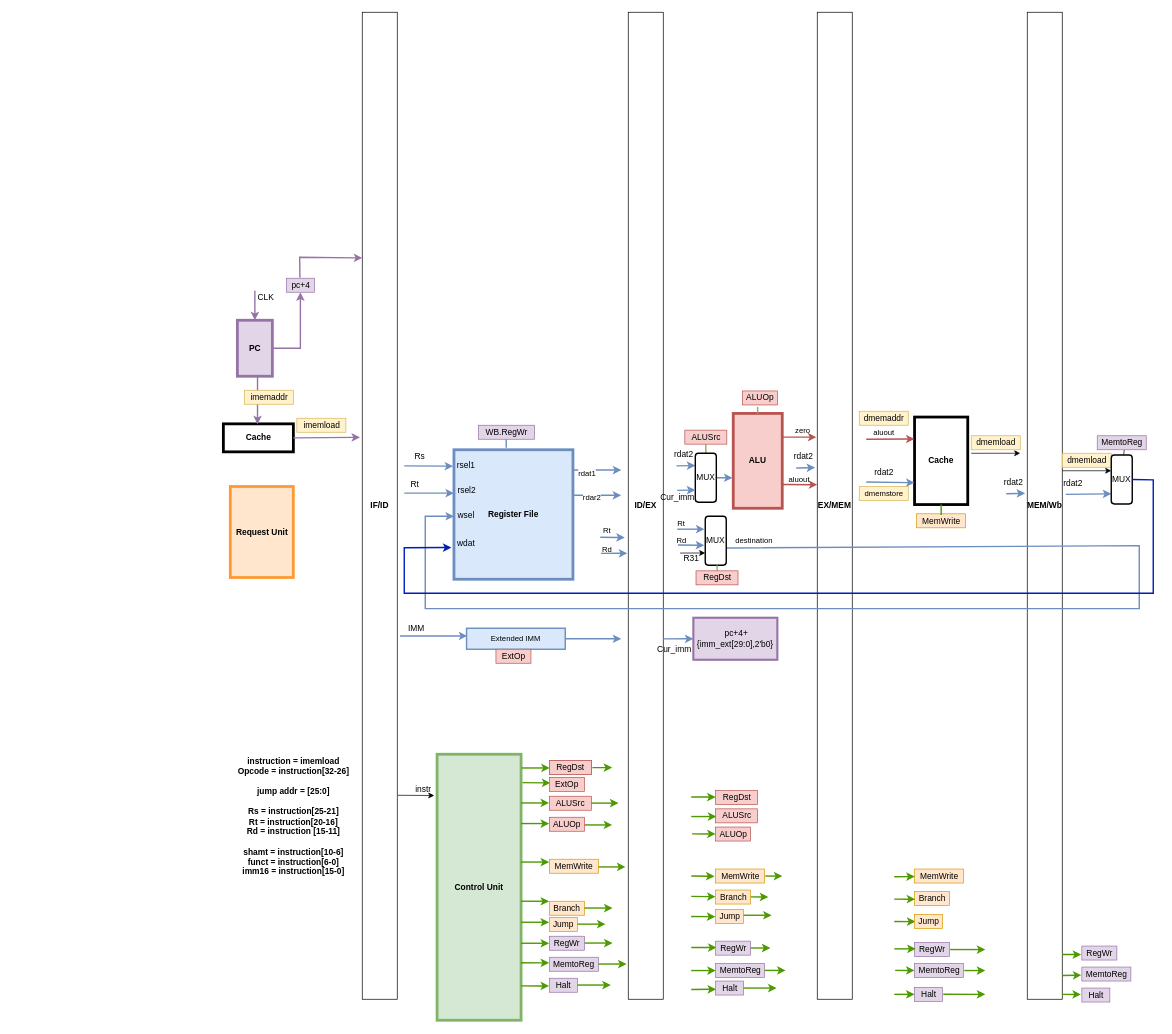
Before: pipeline.drawio in vickyfyq/ece437, a draw.io diagram. Source tidied: cells renumbered, new cells numbered last; positions are measured from the earlier drawing's top-left corner, leaving out a move shared by most shapes. Both pictures are drawn from the tidied source at 70%, with x=0, y=0 at pixel (223, 12).
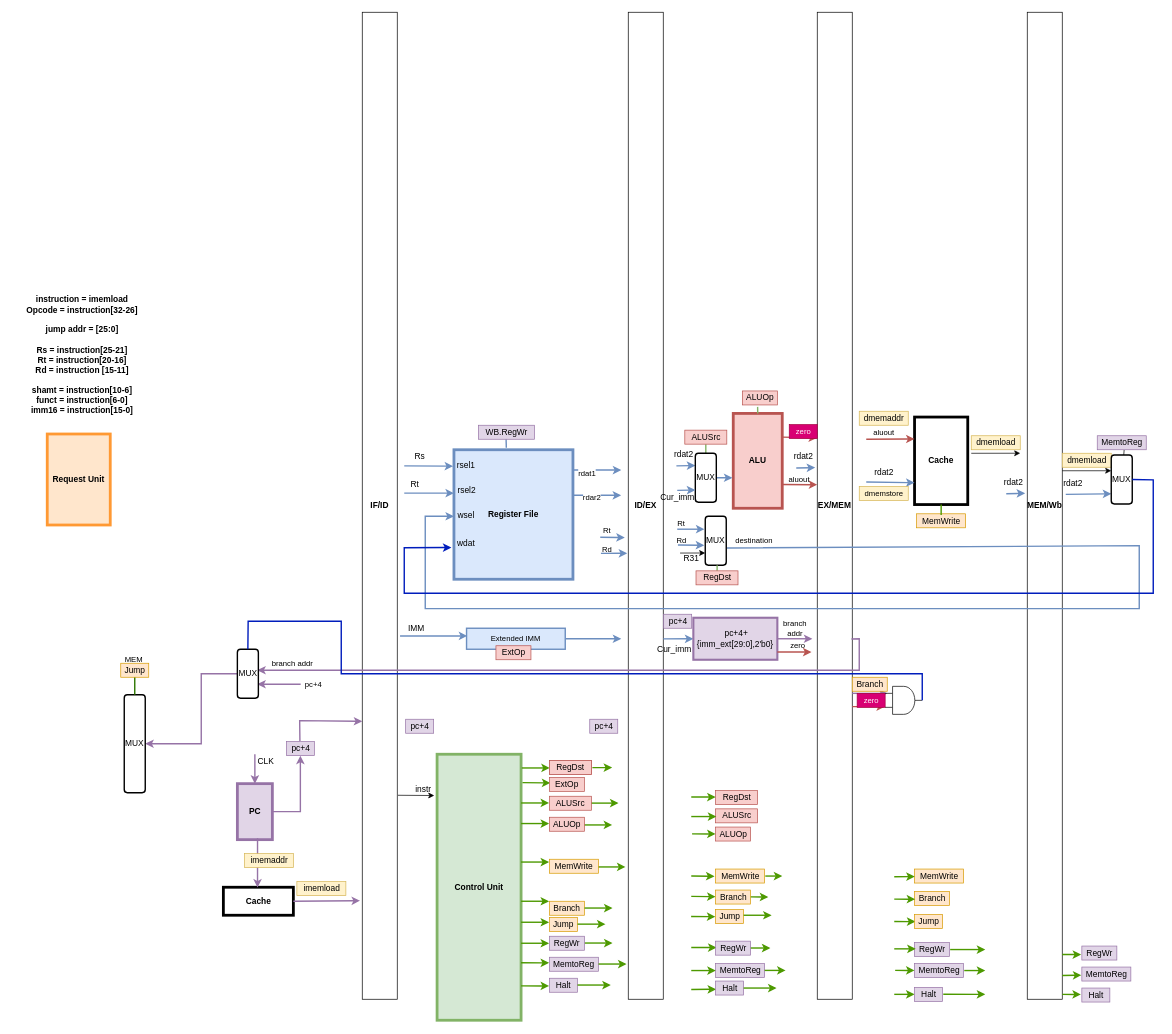
After the change.

Unchanged cells that the change refers to:
```xml
<mxCell id="4" value="EX/MEM" style="rounded=0;whiteSpace=wrap;html=1;fontStyle=1;" parent="1" vertex="1">
  <mxGeometry x="848" width="50" height="1410" as="geometry" />
</mxCell>
```

Change to the diagram source:
```diff
@@
     <mxCell id="76" value="&lt;b&gt;Cache&lt;/b&gt;" style="rounded=0;whiteSpace=wrap;html=1;strokeWidth=4;" parent="1" vertex="1">
-      <mxGeometry x="-0.4" y="588" width="100" height="40" as="geometry" />
+      <mxGeometry x="-0.4" y="1250" width="100" height="40" as="geometry" />
     </mxCell>
     <mxCell id="77" value="&lt;b&gt;PC&lt;/b&gt;" style="rounded=0;whiteSpace=wrap;html=1;fillColor=#e1d5e7;strokeColor=#9673a6;strokeWidth=4;" parent="1" vertex="1">
-      <mxGeometry x="19.6" y="440" width="50" height="80" as="geometry" />
+      <mxGeometry x="19.6" y="1102" width="50" height="80" as="geometry" />
     </mxCell>
     <mxCell id="78" style="endArrow=classic;html=1;rounded=0;fontColor=#000000;strokeColor=#9673a6;strokeWidth=2;entryX=0.5;entryY=0;entryDx=0;entryDy=0;fillColor=#e1d5e7;" parent="1" edge="1" target="77">
       <mxGeometry relative="1" as="geometry">
-        <mxPoint x="44.6" y="398" as="sourcePoint" />
+        <mxPoint x="44.6" y="1060" as="sourcePoint" />
       </mxGeometry>
     </mxCell>
     <mxCell id="79" value="CLK" style="text;html=1;align=center;verticalAlign=middle;strokeColor=none;fillColor=none;fontColor=#000000;" parent="1" vertex="1">
-      <mxGeometry x="39.6" y="398" width="40" height="20" as="geometry" />
+      <mxGeometry x="39.6" y="1060" width="40" height="20" as="geometry" />
     </mxCell>
     <mxCell id="80" style="endArrow=classic;html=1;rounded=0;fontColor=#000000;strokeColor=#9673a6;strokeWidth=2;fillColor=#e1d5e7;entryX=0.048;entryY=0.017;entryDx=0;entryDy=0;entryPerimeter=0;" parent="1" edge="1">
       <mxGeometry relative="1" as="geometry">
-        <mxPoint x="48.4" y="518" as="sourcePoint" />
-        <mxPoint x="48.4" y="588.5" as="targetPoint" />
+        <mxPoint x="48.4" y="1180" as="sourcePoint" />
+        <mxPoint x="48.4" y="1250.5" as="targetPoint" />
       </mxGeometry>
     </mxCell>
     <mxCell id="81" style="endArrow=classic;html=1;rounded=0;fontColor=#000000;strokeColor=#9673a6;strokeWidth=2;fillColor=#e1d5e7;entryX=-0.095;entryY=0.842;entryDx=0;entryDy=0;entryPerimeter=0;exitX=1;exitY=0.5;exitDx=0;exitDy=0;" parent="1" edge="1" source="76">
       <mxGeometry relative="1" as="geometry">
-        <mxPoint x="194.8" y="607.2" as="targetPoint" />
+        <mxPoint x="194.8" y="1269.2" as="targetPoint" />
       </mxGeometry>
     </mxCell>
     <mxCell id="82" value="imemload" style="text;html=1;align=center;verticalAlign=middle;fillColor=#fff2cc;strokeColor=#d6b656;" parent="1" vertex="1">
-      <mxGeometry x="104.6" y="580" width="70" height="20" as="geometry" />
+      <mxGeometry x="104.6" y="1242" width="70" height="20" as="geometry" />
     </mxCell>
     <mxCell id="83" value="&lt;div&gt;instruction = imemload&lt;/div&gt;&lt;div&gt;Opcode = instruction[32-26]&lt;/div&gt;&lt;div&gt;&lt;br&gt;&lt;/div&gt;&lt;div&gt;jump addr = [25:0]&lt;br&gt;&lt;/div&gt;&lt;div&gt;&lt;br&gt;&lt;/div&gt;&lt;div&gt;Rs = instruction[25-21]&lt;/div&gt;&lt;div&gt;Rt = instruction[20-16]&lt;/div&gt;&lt;div&gt;Rd = instruction [15-11]&lt;/div&gt;&lt;div&gt;&lt;br&gt;&lt;/div&gt;&lt;div&gt;&lt;div&gt;shamt = instruction[10-6]&lt;/div&gt;&lt;div&gt;funct = instruction[6-0]&lt;br&gt;&lt;/div&gt;&lt;div&gt;imm16 = instruction[15-0]&lt;/div&gt;&lt;div&gt;&lt;br&gt;&lt;/div&gt;&lt;/div&gt;&lt;div&gt;&lt;br&gt;&lt;/div&gt;&lt;div&gt;&lt;br&gt;&lt;/div&gt;&lt;div&gt;&lt;br&gt;&lt;/div&gt;&lt;div&gt;&lt;br&gt;&lt;/div&gt;" style="text;html=1;strokeColor=none;fillColor=none;align=center;verticalAlign=middle;whiteSpace=wrap;rounded=0;fontStyle=1;" parent="1" vertex="1">
-      <mxGeometry x="-0.4" y="1170" width="200" height="30" as="geometry" />
+      <mxGeometry x="-302" y="511" width="200" height="30" as="geometry" />
     </mxCell>
     <mxCell id="84" style="endArrow=classic;html=1;rounded=0;strokeColor=#9673a6;fontColor=#000000;strokeWidth=2;fillColor=#e1d5e7;exitX=1;exitY=0.5;exitDx=0;exitDy=0;" parent="1" edge="1" source="77">
       <mxGeometry relative="1" as="geometry">
-        <mxPoint x="109.6" y="400" as="targetPoint" />
+        <mxPoint x="109.6" y="1062" as="targetPoint" />
         <Array as="points">
-          <mxPoint x="109.6" y="480" />
+          <mxPoint x="109.6" y="1142" />
         </Array>
       </mxGeometry>
     </mxCell>
     <mxCell id="85" value="pc+4" style="text;html=1;align=center;verticalAlign=middle;points=[];strokeColor=#9673a6;fillColor=#e1d5e7;" parent="1" vertex="1">
-      <mxGeometry x="89.6" y="380" width="40" height="20" as="geometry" />
+      <mxGeometry x="89.6" y="1042" width="40" height="20" as="geometry" />
     </mxCell>
     <mxCell id="86" style="endArrow=classic;html=1;rounded=0;strokeColor=#9673a6;fontColor=#000000;strokeWidth=2;fillColor=#e1d5e7;exitX=0.484;exitY=-0.038;exitDx=0;exitDy=0;exitPerimeter=0;entryX=-0.031;entryY=0.632;entryDx=0;entryDy=0;entryPerimeter=0;" parent="1" edge="1" source="85">
       <mxGeometry relative="1" as="geometry">
-        <mxPoint x="198" y="351" as="targetPoint" />
+        <mxPoint x="198" y="1013" as="targetPoint" />
         <Array as="points">
-          <mxPoint x="108.6" y="350" />
+          <mxPoint x="108.6" y="1012" />
         </Array>
       </mxGeometry>
     </mxCell>
@@
-    <mxCell id="132" value="zero" style="text;html=1;align=center;verticalAlign=middle;points=[];strokeColor=none;fillColor=none;fontSize=11;fontFamily=Helvetica;fontColor=default;" parent="1" vertex="1">
-      <mxGeometry x="807" y="588" width="40" height="20" as="geometry" />
+    <mxCell id="132" value="zero" style="text;html=1;align=center;verticalAlign=middle;points=[];strokeColor=#A50040;fillColor=#d80073;fontSize=11;fontFamily=Helvetica;fontColor=#ffffff;" parent="1" vertex="1">
+      <mxGeometry x="808" y="589" width="40" height="20" as="geometry" />
     </mxCell>
     <mxCell id="133" value="imemaddr" style="text;html=1;align=center;verticalAlign=middle;strokeColor=#d6b656;fillColor=#fff2cc;" parent="1" vertex="1">
-      <mxGeometry x="29.6" y="540" width="70" height="20" as="geometry" />
+      <mxGeometry x="29.6" y="1202" width="70" height="20" as="geometry" />
     </mxCell>
@@
     <mxCell id="141" value="ExtOp" style="text;html=1;align=center;verticalAlign=middle;strokeColor=#b85450;fillColor=#f8cecc;" parent="1" vertex="1">
-      <mxGeometry x="389" y="910" width="50" height="20" as="geometry" />
+      <mxGeometry x="389" y="905" width="50" height="20" as="geometry" />
     </mxCell>
@@
     <mxCell id="144" value="&lt;b&gt;Request Unit&lt;/b&gt;" style="rounded=0;whiteSpace=wrap;html=1;fillColor=#ffe6cc;strokeColor=#FF9933;strokeWidth=4;" parent="1" vertex="1">
-      <mxGeometry x="9.5" y="677.5" width="90" height="130" as="geometry" />
+      <mxGeometry x="-252" y="602.5" width="90" height="130" as="geometry" />
     </mxCell>
@@
+    <mxCell id="173" value="pc+4" style="text;html=1;align=center;verticalAlign=middle;strokeColor=#9673a6;fillColor=#e1d5e7;" parent="1" vertex="1">
+      <mxGeometry x="260" y="1010" width="40" height="20" as="geometry" />
+    </mxCell>
+    <mxCell id="174" value="pc+4" style="text;html=1;align=center;verticalAlign=middle;strokeColor=#9673a6;fillColor=#e1d5e7;" parent="1" vertex="1">
+      <mxGeometry x="523" y="1010" width="40" height="20" as="geometry" />
+    </mxCell>
+    <mxCell id="175" value="pc+4" style="text;html=1;align=center;verticalAlign=middle;strokeColor=#9673a6;fillColor=#e1d5e7;" parent="1" vertex="1">
+      <mxGeometry x="628.6" y="860" width="40" height="20" as="geometry" />
+    </mxCell>
+    <mxCell id="176" style="endArrow=classic;html=1;rounded=0;strokeColor=#9673a6;fontColor=#000000;strokeWidth=2;fillColor=#e1d5e7;" parent="1" edge="1">
+      <mxGeometry relative="1" as="geometry">
+        <mxPoint x="791" y="895" as="sourcePoint" />
+        <mxPoint x="841" y="895" as="targetPoint" />
+      </mxGeometry>
+    </mxCell>
+    <mxCell id="177" value="branch&lt;br&gt;addr" style="text;html=1;align=center;verticalAlign=middle;strokeColor=none;fillColor=none;fontSize=11;fontFamily=Helvetica;fontColor=default;" parent="1" vertex="1">
+      <mxGeometry x="791" y="865" width="50" height="30" as="geometry" />
+    </mxCell>
+    <mxCell id="178" style="endArrow=classic;html=1;rounded=0;labelBackgroundColor=default;fontFamily=Helvetica;fontSize=11;fontColor=#000000;strokeColor=#9673a6;shape=connector;strokeWidth=2;fillColor=#e1d5e7;exitX=0.977;exitY=0.635;exitDx=0;exitDy=0;exitPerimeter=0;" parent="1" edge="1" source="4">
+      <mxGeometry relative="1" as="geometry">
+        <mxPoint x="48" y="940" as="targetPoint" />
+        <Array as="points">
+          <mxPoint x="908" y="895" />
+          <mxPoint x="908" y="940" />
+        </Array>
+      </mxGeometry>
+    </mxCell>
+    <mxCell id="179" value="branch addr" style="text;html=1;align=center;verticalAlign=middle;strokeColor=none;fillColor=none;fontSize=11;fontFamily=Helvetica;fontColor=default;" parent="1" vertex="1">
+      <mxGeometry x="63" y="920" width="70" height="20" as="geometry" />
+    </mxCell>
+    <mxCell id="180" style="endArrow=classic;html=1;rounded=0;labelBackgroundColor=default;fontFamily=Helvetica;fontSize=11;fontColor=#000000;strokeColor=#9673a6;shape=connector;strokeWidth=2;fillColor=#e1d5e7;" parent="1" edge="1">
+      <mxGeometry relative="1" as="geometry">
+        <mxPoint x="110" y="960" as="sourcePoint" />
+        <mxPoint x="48" y="960" as="targetPoint" />
+        <Array as="points">
+          <mxPoint x="110" y="960" />
+        </Array>
+      </mxGeometry>
+    </mxCell>
+    <mxCell id="181" style="edgeStyle=none;shape=connector;rounded=0;jettySize=auto;html=1;labelBackgroundColor=default;fontFamily=Helvetica;fontSize=11;fontColor=#000000;endArrow=classic;endFill=1;strokeColor=#9673a6;strokeWidth=2;fillColor=#e1d5e7;" parent="1" edge="1" source="182" target="192">
+      <mxGeometry relative="1" as="geometry">
+        <Array as="points">
+          <mxPoint x="-32" y="945" />
+          <mxPoint x="-32" y="1045" />
+        </Array>
+      </mxGeometry>
+    </mxCell>
+    <mxCell id="182" value="MUX" style="rounded=1;whiteSpace=wrap;html=1;strokeWidth=2;" parent="1" vertex="1">
+      <mxGeometry x="19.6" y="910" width="30" height="70" as="geometry" />
+    </mxCell>
+    <mxCell id="183" value="pc+4" style="text;html=1;align=center;verticalAlign=middle;strokeColor=none;fillColor=none;fontSize=11;fontFamily=Helvetica;fontColor=#000000;" parent="1" vertex="1">
+      <mxGeometry x="108" y="950" width="40" height="20" as="geometry" />
+    </mxCell>
+    <mxCell id="184" style="edgeStyle=none;shape=connector;rounded=0;jettySize=auto;html=1;entryX=0.993;entryY=0.95;entryDx=0;entryDy=0;entryPerimeter=0;labelBackgroundColor=default;fontFamily=Helvetica;fontSize=11;fontColor=default;endArrow=classic;strokeColor=#b85450;strokeWidth=2;fillColor=#f8cecc;exitX=1;exitY=0.25;exitDx=0;exitDy=0;" parent="1" edge="1" target="185">
+      <mxGeometry relative="1" as="geometry">
+        <mxPoint x="791" y="913.9" as="sourcePoint" />
+      </mxGeometry>
+    </mxCell>
+    <mxCell id="185" value="zero" style="text;html=1;align=center;verticalAlign=middle;points=[];strokeColor=none;fillColor=none;fontSize=11;fontFamily=Helvetica;fontColor=default;" parent="1" vertex="1">
+      <mxGeometry x="800" y="895" width="40" height="20" as="geometry" />
+    </mxCell>
+    <mxCell id="186" style="endArrow=classic;html=1;rounded=0;strokeColor=#9673a6;fontColor=#000000;strokeWidth=2;fillColor=#e1d5e7;" parent="1" edge="1">
+      <mxGeometry relative="1" as="geometry">
+        <mxPoint x="898" y="973" as="sourcePoint" />
+        <mxPoint x="948" y="973" as="targetPoint" />
+      </mxGeometry>
+    </mxCell>
+    <mxCell id="187" style="edgeStyle=none;shape=connector;rounded=0;jettySize=auto;html=1;entryX=0.993;entryY=0.95;entryDx=0;entryDy=0;entryPerimeter=0;labelBackgroundColor=default;fontFamily=Helvetica;fontSize=11;fontColor=default;endArrow=classic;strokeColor=#b85450;strokeWidth=2;fillColor=#f8cecc;exitX=1;exitY=0.25;exitDx=0;exitDy=0;" parent="1" edge="1" target="188">
+      <mxGeometry relative="1" as="geometry">
+        <mxPoint x="898" y="991.9" as="sourcePoint" />
+      </mxGeometry>
+    </mxCell>
+    <mxCell id="188" value="zero" style="text;html=1;align=center;verticalAlign=middle;points=[];strokeColor=#A50040;fillColor=#d80073;fontSize=11;fontFamily=Helvetica;fontColor=#ffffff;" parent="1" vertex="1">
+      <mxGeometry x="905" y="973" width="40" height="20" as="geometry" />
+    </mxCell>
+    <mxCell id="189" style="verticalLabelPosition=bottom;shadow=0;dashed=0;align=center;html=1;verticalAlign=top;shape=mxgraph.electrical.logic_gates.logic_gate;operation=and;fontFamily=Helvetica;fontSize=11;fontColor=#000000;" parent="1" vertex="1">
+      <mxGeometry x="945" y="963" width="53" height="40" as="geometry" />
+    </mxCell>
+    <mxCell id="190" value="Branch" style="text;html=1;align=center;verticalAlign=middle;strokeColor=#d79b00;fillColor=#ffe6cc;" parent="1" vertex="1">
+      <mxGeometry x="898" y="950" width="50" height="20" as="geometry" />
+    </mxCell>
+    <mxCell id="191" style="endArrow=none;html=1;rounded=0;labelBackgroundColor=default;fontFamily=Helvetica;fontSize=11;fontColor=#000000;strokeColor=#001DBC;strokeWidth=2;fillColor=#0050ef;shape=connector;exitX=1;exitY=0.5;exitDx=0;exitDy=0;exitPerimeter=0;entryX=0.5;entryY=0;entryDx=0;entryDy=0;endFill=0;" parent="1" edge="1" source="189" target="182">
+      <mxGeometry relative="1" as="geometry">
+        <Array as="points">
+          <mxPoint x="998" y="945" />
+          <mxPoint x="168" y="945" />
+          <mxPoint x="168" y="870" />
+          <mxPoint x="35" y="870" />
+        </Array>
+      </mxGeometry>
+    </mxCell>
+    <mxCell id="192" value="MUX" style="rounded=1;whiteSpace=wrap;html=1;strokeWidth=2;" parent="1" vertex="1">
+      <mxGeometry x="-142" y="975" width="30" height="140" as="geometry" />
+    </mxCell>
+    <mxCell id="193" style="endArrow=none;html=1;rounded=0;labelBackgroundColor=default;fontFamily=Helvetica;fontSize=11;fontColor=#000000;strokeColor=#2D7600;strokeWidth=2;fillColor=#60a917;shape=connector;exitX=0.5;exitY=0;exitDx=0;exitDy=0;" parent="1" edge="1" source="192">
+      <mxGeometry relative="1" as="geometry">
+        <mxPoint x="-127" y="940" as="targetPoint" />
+      </mxGeometry>
+    </mxCell>
+    <mxCell id="194" value="Jump" style="text;html=1;align=center;verticalAlign=middle;strokeColor=#d79b00;fillColor=#ffe6cc;" parent="1" vertex="1">
+      <mxGeometry x="-147" y="930" width="40" height="20" as="geometry" />
+    </mxCell>
+    <mxCell id="195" value="MEM&amp;nbsp;" style="text;html=1;align=center;verticalAlign=middle;strokeColor=none;fillColor=none;fontSize=11;fontFamily=Helvetica;fontColor=#000000;" parent="1" vertex="1">
+      <mxGeometry x="-147" y="915" width="40" height="20" as="geometry" />
+    </mxCell>
```
